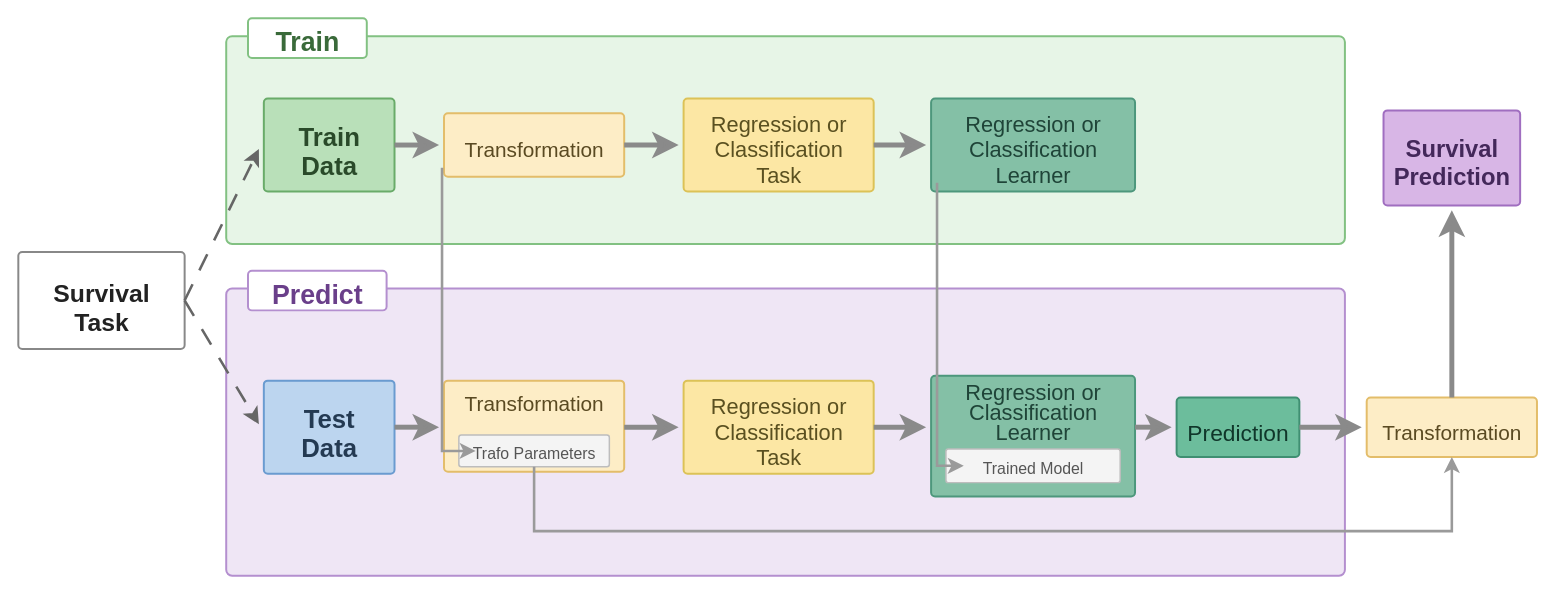
Above: book/Figures/reductions/sa-reductions-pipeline.drawio in mlsa-book/MLSA (draw.io), before the change. Source tidied: cells renumbered, new cells numbered last; positions are measured from the earlier drawing's top-left corner, leaving out a move shared by most shapes. Both pictures are drawn from the tidied source at 99%, with x=0, y=0 at pixel (18, 18).
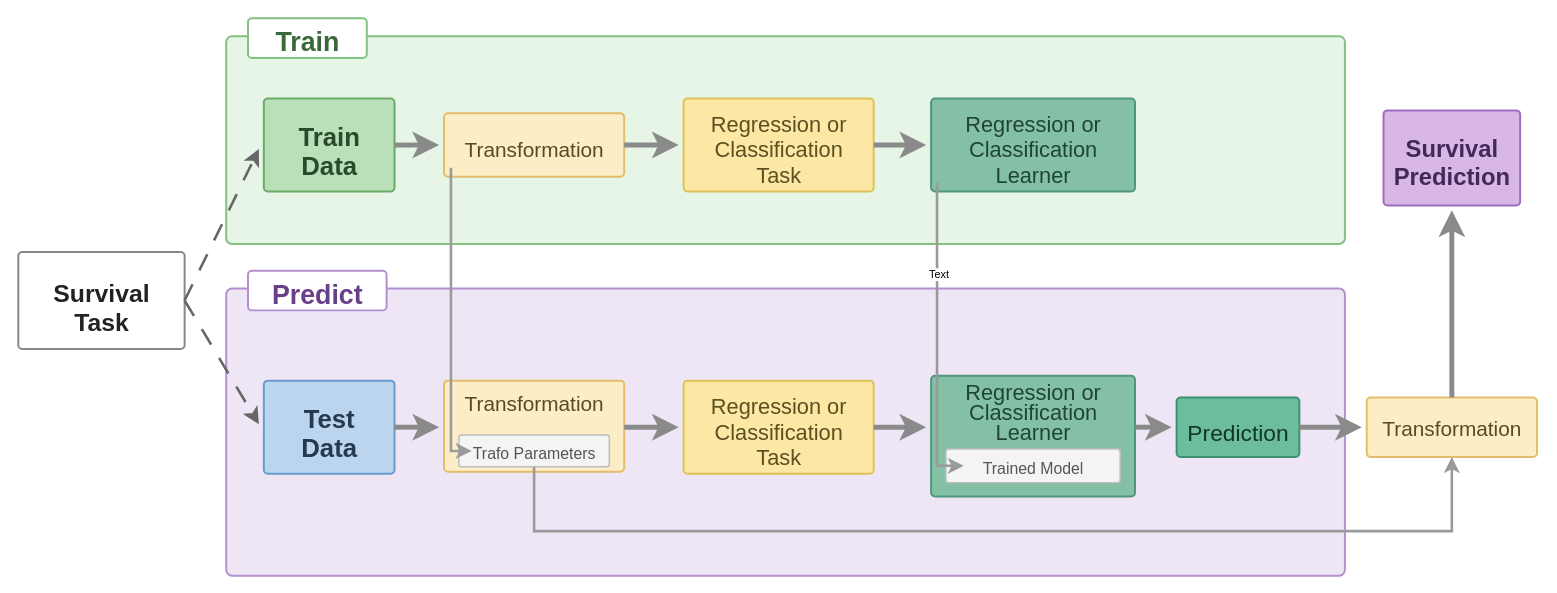
After the change.

Commit message (it also covers changes not shown here):
Update reduction pipeline figure sources (drawio + svg)

The change refers to these unchanged cells:
```xml
<mxCell id="32" style="endArrow=classic;html=1;strokeColor=#9a9a9a;strokeWidth=2.6;endSize=8;endFill=1;edgeStyle=none;rounded=0;" parent="1" edge="1">
  <mxGeometry relative="1" as="geometry">
    <mxPoint x="928" y="166" as="sourcePoint" />
    <mxPoint x="955" y="452" as="targetPoint" />
    <Array as="points">
      <mxPoint x="928" y="452" />
    </Array>
  </mxGeometry>
</mxCell>
```

Change to the diagram source:
```diff
@@
     <mxCell id="31" style="endArrow=classic;html=1;strokeColor=#9a9a9a;strokeWidth=2.6;endSize=8;endFill=1;edgeStyle=none;rounded=0;" parent="1" edge="1">
       <mxGeometry relative="1" as="geometry">
-        <mxPoint x="428" y="151" as="sourcePoint" />
-        <mxPoint x="462" y="437" as="targetPoint" />
+        <mxPoint x="437" y="151" as="sourcePoint" />
+        <mxPoint x="458" y="437" as="targetPoint" />
         <Array as="points">
-          <mxPoint x="428" y="437" />
+          <mxPoint x="437" y="437" />
         </Array>
       </mxGeometry>
     </mxCell>
@@
+    <mxCell id="62" value="Text" style="edgeLabel;html=1;align=center;verticalAlign=middle;" parent="32" vertex="1">
+      <mxGeometry x="-0.41" y="1" relative="1" as="geometry" />
+    </mxCell>
@@
     <mxCell id="59" value="Transformation" style="text;html=1;align=center;verticalAlign=middle;fontSize=21;fontColor=#5a4a22;strokeColor=none;fillColor=none;" parent="1" vertex="1">
-      <mxGeometry x="1358" y="403.9" width="180" height="29" as="geometry" />
+      <mxGeometry x="1358" y="399.9" width="180" height="29" as="geometry" />
     </mxCell>
```
